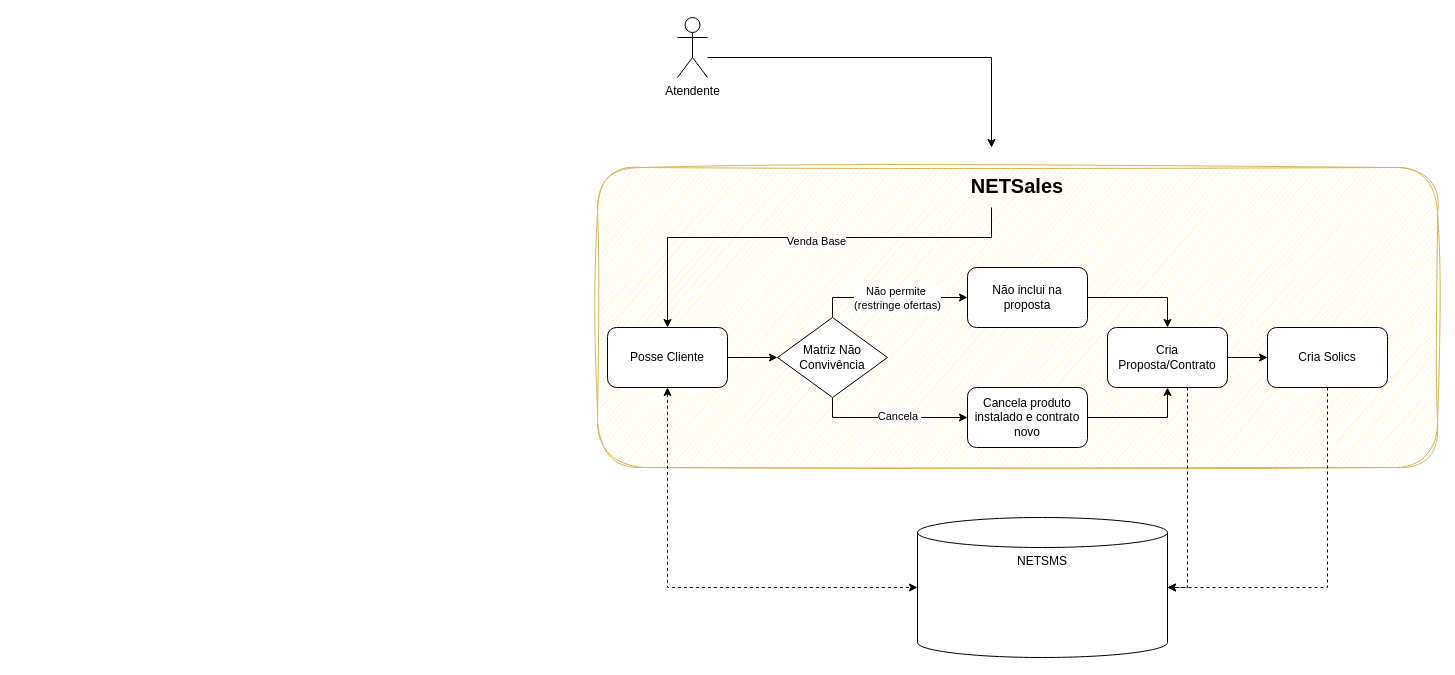
This is 120132 Correção de cobrança em duplicidade.drawio from samirali/ClaroBrasil, a draw.io file, before an edit. Source tidied: cells renumbered, new cells numbered last; positions are measured from the earlier drawing's top-left corner, leaving out a move shared by most shapes. Both pictures are drawn from the tidied source at 100%, with x=0, y=0 at pixel (597, 17).
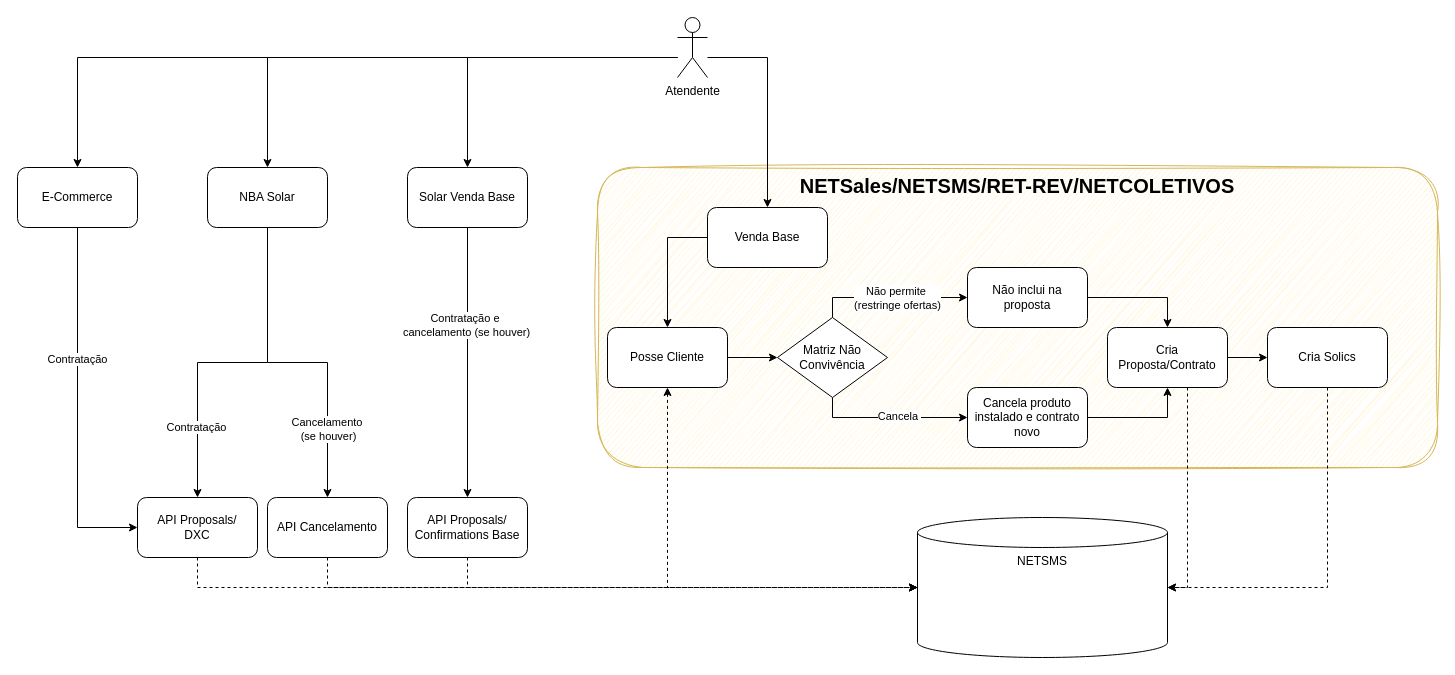
The same page after the edit.

Unchanged cells that the change refers to:
```xml
<mxCell id="4" value="Atendente" style="shape=umlActor;verticalLabelPosition=bottom;verticalAlign=top;html=1;outlineConnect=0;" parent="1" vertex="1">
  <mxGeometry x="80" width="30" height="60" as="geometry" />
</mxCell>
<mxCell id="13" value="Posse Cliente" style="rounded=1;whiteSpace=wrap;html=1;" parent="1" vertex="1">
  <mxGeometry x="10" y="310" width="120" height="60" as="geometry" />
</mxCell>
<mxCell id="21" value="NETSMS" style="shape=cylinder3;whiteSpace=wrap;html=1;boundedLbl=1;backgroundOutline=1;size=15;verticalAlign=top;" parent="1" vertex="1">
  <mxGeometry x="320" y="500" width="250" height="140" as="geometry" />
</mxCell>
```

Diff of the diagram source:
```diff
@@
-    <mxCell id="2" value="&lt;b&gt;&lt;font style=&quot;font-size: 20px;&quot;&gt;NETSales&lt;/font&gt;&lt;/b&gt;" style="rounded=1;whiteSpace=wrap;html=1;fillColor=#fff2cc;strokeColor=#d6b656;sketch=1;curveFitting=1;jiggle=2;verticalAlign=top;" parent="1" vertex="1">
+    <mxCell id="2" value="&lt;b&gt;&lt;font style=&quot;font-size: 20px;&quot;&gt;NETSales/NETSMS/RET-REV/NETCOLETIVOS&lt;/font&gt;&lt;/b&gt;" style="rounded=1;whiteSpace=wrap;html=1;fillColor=#fff2cc;strokeColor=#d6b656;sketch=1;curveFitting=1;jiggle=2;verticalAlign=top;" parent="1" vertex="1">
       <mxGeometry y="150" width="840" height="300" as="geometry" />
     </mxCell>
-    <mxCell id="3" style="edgeStyle=orthogonalEdgeStyle;rounded=0;jettySize=auto;html=1;entryX=0.5;entryY=0;entryDx=0;entryDy=0;" parent="1" edge="1" source="4">
+    <mxCell id="3" style="edgeStyle=orthogonalEdgeStyle;rounded=0;jettySize=auto;html=1;entryX=0.5;entryY=0;entryDx=0;entryDy=0;" parent="1" edge="1" source="4" target="6">
       <mxGeometry relative="1" as="geometry">
-        <mxPoint x="394" y="130" as="targetPoint" />
         <Array as="points">
-          <mxPoint x="394" y="40" />
+          <mxPoint x="170" y="40" />
         </Array>
       </mxGeometry>
     </mxCell>
+    <mxCell id="25" style="edgeStyle=orthogonalEdgeStyle;rounded=0;jettySize=auto;html=1;" parent="1" edge="1" source="4" target="31">
+      <mxGeometry relative="1" as="geometry">
+        <Array as="points">
+          <mxPoint x="-130" y="40" />
+        </Array>
+      </mxGeometry>
+    </mxCell>
+    <mxCell id="26" style="edgeStyle=orthogonalEdgeStyle;rounded=0;jettySize=auto;html=1;entryX=0.5;entryY=0;entryDx=0;entryDy=0;" parent="1" edge="1" source="4" target="38">
+      <mxGeometry relative="1" as="geometry">
+        <Array as="points">
+          <mxPoint x="-330" y="40" />
+        </Array>
+      </mxGeometry>
+    </mxCell>
+    <mxCell id="27" style="edgeStyle=orthogonalEdgeStyle;rounded=0;jettySize=auto;html=1;entryX=0.5;entryY=0;entryDx=0;entryDy=0;" parent="1" edge="1" source="4" target="45">
+      <mxGeometry relative="1" as="geometry">
+        <Array as="points">
+          <mxPoint x="-520" y="40" />
+        </Array>
+      </mxGeometry>
+    </mxCell>
@@
-    <mxCell id="5" style="edgeStyle=orthogonalEdgeStyle;rounded=0;jettySize=auto;html=1;entryX=0.5;entryY=0;entryDx=0;entryDy=0;" parent="1" edge="1" target="13">
-      <mxGeometry relative="1" as="geometry">
-        <mxPoint x="394" y="190" as="sourcePoint" />
-        <Array as="points">
-          <mxPoint x="394" y="220" />
-          <mxPoint x="70" y="220" />
-        </Array>
-      </mxGeometry>
-    </mxCell>
-    <mxCell id="6" value="Venda Base" style="edgeLabel;html=1;align=center;verticalAlign=middle;points=[];" parent="5" vertex="1">
-      <mxGeometry x="-0.07" y="3" relative="1" as="geometry" />
-    </mxCell>
@@
+    <mxCell id="28" style="edgeStyle=orthogonalEdgeStyle;rounded=0;jettySize=auto;html=1;" parent="1" edge="1" source="6" target="13">
+      <mxGeometry relative="1" as="geometry">
+        <Array as="points">
+          <mxPoint x="70" y="220" />
+        </Array>
+      </mxGeometry>
+    </mxCell>
+    <mxCell id="6" value="Venda Base" style="rounded=1;whiteSpace=wrap;html=1;" parent="1" vertex="1">
+      <mxGeometry x="110" y="190" width="120" height="60" as="geometry" />
+    </mxCell>
+    <mxCell id="29" style="edgeStyle=orthogonalEdgeStyle;rounded=0;jettySize=auto;html=1;entryX=0.5;entryY=0;entryDx=0;entryDy=0;" parent="1" edge="1" source="31" target="32">
+      <mxGeometry relative="1" as="geometry" />
+    </mxCell>
+    <mxCell id="30" value="Contratação e&amp;nbsp;&lt;div&gt;cancelamento (se houver)&lt;/div&gt;" style="edgeLabel;html=1;align=center;verticalAlign=middle;" parent="29" vertex="1">
+      <mxGeometry x="-0.28" y="-2" relative="1" as="geometry" />
+    </mxCell>
+    <mxCell id="31" value="Solar Venda Base" style="rounded=1;whiteSpace=wrap;html=1;" parent="1" vertex="1">
+      <mxGeometry x="-190" y="150" width="120" height="60" as="geometry" />
+    </mxCell>
+    <mxCell id="32" value="API Proposals/&lt;div&gt;Confirmations Base&lt;/div&gt;" style="rounded=1;whiteSpace=wrap;html=1;" parent="1" vertex="1">
+      <mxGeometry x="-190" y="480" width="120" height="60" as="geometry" />
+    </mxCell>
+    <mxCell id="33" style="edgeStyle=orthogonalEdgeStyle;rounded=0;jettySize=auto;html=1;entryX=0;entryY=0.5;entryDx=0;entryDy=0;entryPerimeter=0;dashed=1;" parent="1" edge="1" source="32" target="21">
+      <mxGeometry relative="1" as="geometry">
+        <Array as="points">
+          <mxPoint x="-130" y="570" />
+        </Array>
+      </mxGeometry>
+    </mxCell>
+    <mxCell id="34" style="edgeStyle=orthogonalEdgeStyle;rounded=0;jettySize=auto;html=1;" parent="1" edge="1" source="38" target="41">
+      <mxGeometry relative="1" as="geometry">
+        <Array as="points">
+          <mxPoint x="-330" y="345" />
+          <mxPoint x="-270" y="345" />
+        </Array>
+      </mxGeometry>
+    </mxCell>
+    <mxCell id="35" value="Cancelamento&amp;nbsp;&lt;div&gt;(se houver)&lt;/div&gt;" style="edgeLabel;html=1;align=center;verticalAlign=middle;" parent="34" vertex="1">
+      <mxGeometry x="0.58" relative="1" as="geometry" />
+    </mxCell>
+    <mxCell id="36" style="edgeStyle=orthogonalEdgeStyle;rounded=0;jettySize=auto;html=1;" parent="1" edge="1" source="38" target="39">
+      <mxGeometry relative="1" as="geometry" />
+    </mxCell>
+    <mxCell id="37" value="Contratação" style="edgeLabel;html=1;align=center;verticalAlign=middle;" parent="36" vertex="1">
+      <mxGeometry x="0.58" y="-2" relative="1" as="geometry" />
+    </mxCell>
+    <mxCell id="38" value="NBA Solar" style="rounded=1;whiteSpace=wrap;html=1;" parent="1" vertex="1">
+      <mxGeometry x="-390" y="150" width="120" height="60" as="geometry" />
+    </mxCell>
+    <mxCell id="39" value="API Proposals/&lt;div&gt;DXC&lt;/div&gt;" style="rounded=1;whiteSpace=wrap;html=1;" parent="1" vertex="1">
+      <mxGeometry x="-460" y="480" width="120" height="60" as="geometry" />
+    </mxCell>
+    <mxCell id="40" style="edgeStyle=orthogonalEdgeStyle;rounded=0;jettySize=auto;html=1;entryX=0;entryY=0.5;entryDx=0;entryDy=0;entryPerimeter=0;dashed=1;" parent="1" edge="1" source="39" target="21">
+      <mxGeometry relative="1" as="geometry">
+        <Array as="points">
+          <mxPoint x="-400" y="570" />
+        </Array>
+      </mxGeometry>
+    </mxCell>
+    <mxCell id="41" value="API Cancelamento" style="rounded=1;whiteSpace=wrap;html=1;" parent="1" vertex="1">
+      <mxGeometry x="-330" y="480" width="120" height="60" as="geometry" />
+    </mxCell>
+    <mxCell id="42" style="edgeStyle=orthogonalEdgeStyle;rounded=0;jettySize=auto;html=1;entryX=0;entryY=0.5;entryDx=0;entryDy=0;entryPerimeter=0;dashed=1;" parent="1" edge="1" source="41" target="21">
+      <mxGeometry relative="1" as="geometry">
+        <Array as="points">
+          <mxPoint x="-270" y="570" />
+        </Array>
+      </mxGeometry>
+    </mxCell>
+    <mxCell id="43" style="edgeStyle=orthogonalEdgeStyle;rounded=0;jettySize=auto;html=1;entryX=0;entryY=0.5;entryDx=0;entryDy=0;" parent="1" edge="1" source="45" target="39">
+      <mxGeometry relative="1" as="geometry" />
+    </mxCell>
+    <mxCell id="44" value="Contratação" style="edgeLabel;html=1;align=center;verticalAlign=middle;" parent="43" vertex="1">
+      <mxGeometry x="-0.27" y="-1" relative="1" as="geometry" />
+    </mxCell>
+    <mxCell id="45" value="E-Commerce" style="rounded=1;whiteSpace=wrap;html=1;" parent="1" vertex="1">
+      <mxGeometry x="-580" y="150" width="120" height="60" as="geometry" />
+    </mxCell>
```
